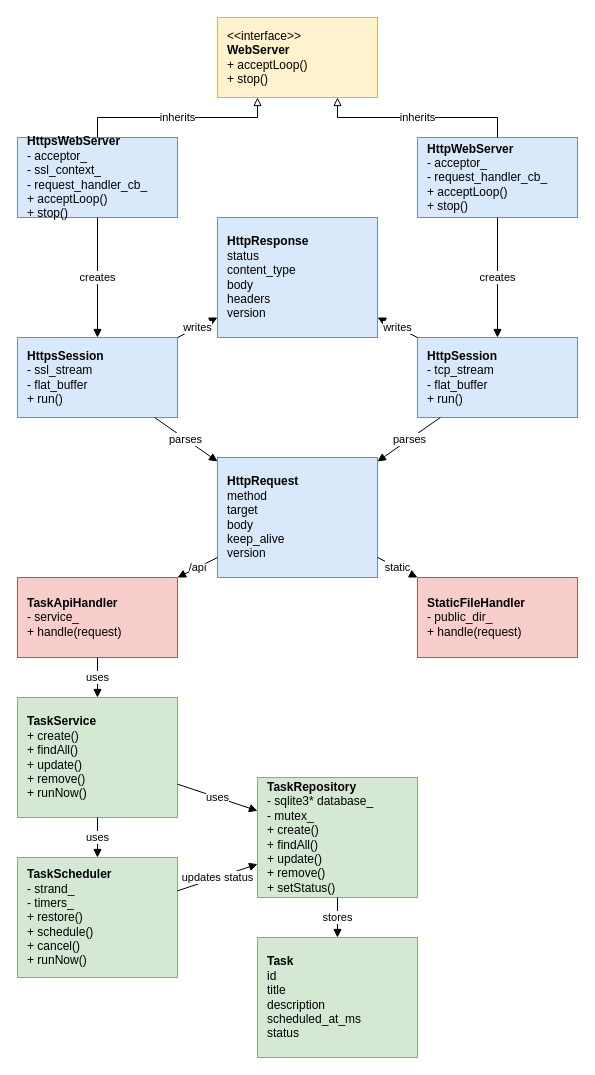
Above: page "диаграмма классов" (3 of 4) of doc/async_task_web_server_class_diagram.drawio in alexey-samborskii/otus-cpp (draw.io), before the change. Source tidied: cells renumbered, new cells numbered last; positions are measured from the earlier drawing's top-left corner, leaving out a move shared by most shapes. Both pictures are drawn from the tidied source at 100%, with x=0, y=0 at pixel (17, 17).
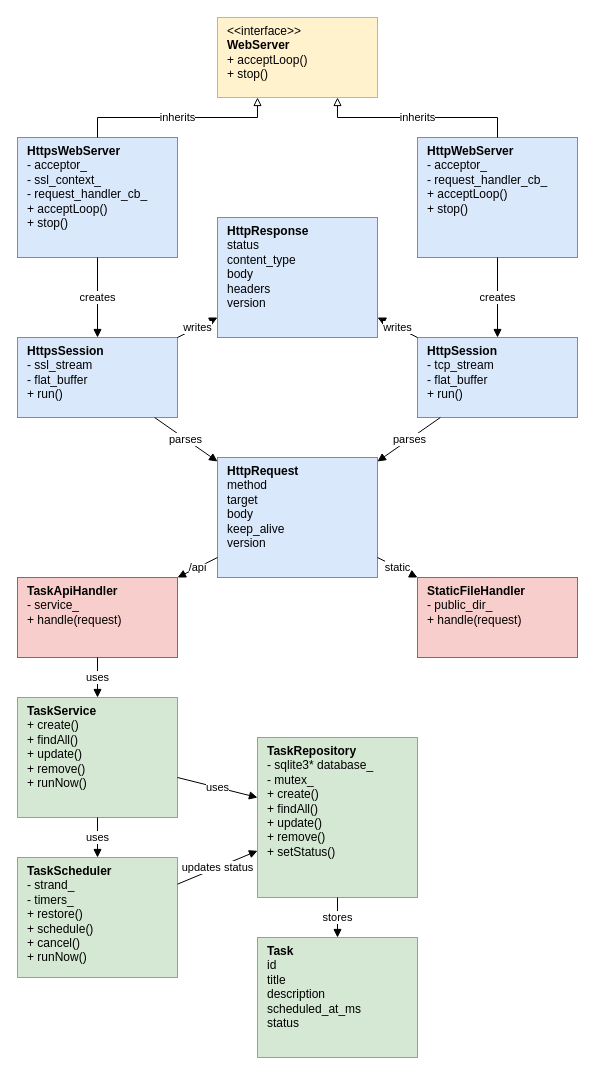
The same diagram, later.

The edit, as a diff of the source:
```diff
@@
-    <mxCell id="2" value="&amp;lt;&amp;lt;interface&amp;gt;&amp;gt;&lt;br&gt;&lt;b&gt;WebServer&lt;/b&gt;&lt;br&gt;+ acceptLoop()&lt;br&gt;+ stop()" style="rounded=0;whiteSpace=wrap;html=1;fillColor=#fff2cc;strokeColor=#d6b656;fontSize=12;align=left;spacingLeft=8;" parent="1" vertex="1">
+    <mxCell id="2" value="&amp;lt;&amp;lt;interface&amp;gt;&amp;gt;&lt;br&gt;&lt;b&gt;WebServer&lt;/b&gt;&lt;br&gt;+ acceptLoop()&lt;br&gt;+ stop()" style="rounded=0;whiteSpace=wrap;html=1;fillColor=#fff2cc;strokeColor=#d6b656;fontSize=12;align=left;spacingLeft=8;verticalAlign=top;" parent="1" vertex="1">
       <mxGeometry x="200" width="160" height="80" as="geometry" />
     </mxCell>
-    <mxCell id="3" value="&lt;b&gt;HttpWebServer&lt;/b&gt;&lt;br&gt;- acceptor_&lt;br&gt;- request_handler_cb_&lt;br&gt;+ acceptLoop()&lt;br&gt;+ stop()" style="rounded=0;whiteSpace=wrap;html=1;fillColor=#dae8fc;strokeColor=#6c8ebf;fontSize=12;align=left;spacingLeft=8;" parent="1" vertex="1">
-      <mxGeometry x="400" y="120" width="160" height="80" as="geometry" />
+    <mxCell id="3" value="&lt;b&gt;HttpWebServer&lt;/b&gt;&lt;br&gt;- acceptor_&lt;br&gt;- request_handler_cb_&lt;br&gt;+ acceptLoop()&lt;br&gt;+ stop()" style="rounded=0;whiteSpace=wrap;html=1;fillColor=#dae8fc;strokeColor=#6c8ebf;fontSize=12;align=left;spacingLeft=8;verticalAlign=top;" parent="1" vertex="1">
+      <mxGeometry x="400" y="120" width="160" height="120" as="geometry" />
     </mxCell>
-    <mxCell id="4" value="&lt;b&gt;HttpsWebServer&lt;/b&gt;&lt;br&gt;- acceptor_&lt;br&gt;- ssl_context_&lt;br&gt;- request_handler_cb_&lt;br&gt;+ acceptLoop()&lt;br&gt;+ stop()" style="rounded=0;whiteSpace=wrap;html=1;fillColor=#dae8fc;strokeColor=#6c8ebf;fontSize=12;align=left;spacingLeft=8;" parent="1" vertex="1">
-      <mxGeometry y="120" width="160" height="80" as="geometry" />
+    <mxCell id="4" value="&lt;b&gt;HttpsWebServer&lt;/b&gt;&lt;br&gt;- acceptor_&lt;br&gt;- ssl_context_&lt;br&gt;- request_handler_cb_&lt;br&gt;+ acceptLoop()&lt;br&gt;+ stop()" style="rounded=0;whiteSpace=wrap;html=1;fillColor=#dae8fc;strokeColor=#6c8ebf;fontSize=12;align=left;spacingLeft=8;verticalAlign=top;" parent="1" vertex="1">
+      <mxGeometry y="120" width="160" height="120" as="geometry" />
     </mxCell>
-    <mxCell id="5" value="&lt;b&gt;HttpSession&lt;/b&gt;&lt;br&gt;- tcp_stream&lt;br&gt;- flat_buffer&lt;br&gt;+ run()" style="rounded=0;whiteSpace=wrap;html=1;fillColor=#dae8fc;strokeColor=#6c8ebf;fontSize=12;align=left;spacingLeft=8;" parent="1" vertex="1">
+    <mxCell id="5" value="&lt;b&gt;HttpSession&lt;/b&gt;&lt;br&gt;- tcp_stream&lt;br&gt;- flat_buffer&lt;br&gt;+ run()" style="rounded=0;whiteSpace=wrap;html=1;fillColor=#dae8fc;strokeColor=#6c8ebf;fontSize=12;align=left;spacingLeft=8;verticalAlign=top;" parent="1" vertex="1">
       <mxGeometry x="400" y="320" width="160" height="80" as="geometry" />
     </mxCell>
-    <mxCell id="6" value="&lt;b&gt;HttpsSession&lt;/b&gt;&lt;br&gt;- ssl_stream&lt;br&gt;- flat_buffer&lt;br&gt;+ run()" style="rounded=0;whiteSpace=wrap;html=1;fillColor=#dae8fc;strokeColor=#6c8ebf;fontSize=12;align=left;spacingLeft=8;" parent="1" vertex="1">
+    <mxCell id="6" value="&lt;b&gt;HttpsSession&lt;/b&gt;&lt;br&gt;- ssl_stream&lt;br&gt;- flat_buffer&lt;br&gt;+ run()" style="rounded=0;whiteSpace=wrap;html=1;fillColor=#dae8fc;strokeColor=#6c8ebf;fontSize=12;align=left;spacingLeft=8;verticalAlign=top;" parent="1" vertex="1">
       <mxGeometry y="320" width="160" height="80" as="geometry" />
     </mxCell>
-    <mxCell id="7" value="&lt;b&gt;HttpRequest&lt;/b&gt;&lt;br&gt;method&lt;br&gt;target&lt;br&gt;body&lt;br&gt;keep_alive&lt;br&gt;version" style="rounded=0;whiteSpace=wrap;html=1;fillColor=#dae8fc;strokeColor=#6c8ebf;fontSize=12;align=left;spacingLeft=8;" parent="1" vertex="1">
+    <mxCell id="7" value="&lt;b&gt;HttpRequest&lt;/b&gt;&lt;br&gt;method&lt;br&gt;target&lt;br&gt;body&lt;br&gt;keep_alive&lt;br&gt;version" style="rounded=0;whiteSpace=wrap;html=1;fillColor=#dae8fc;strokeColor=#6c8ebf;fontSize=12;align=left;spacingLeft=8;verticalAlign=top;" parent="1" vertex="1">
       <mxGeometry x="200" y="440" width="160" height="120" as="geometry" />
     </mxCell>
-    <mxCell id="8" value="&lt;b&gt;HttpResponse&lt;/b&gt;&lt;br&gt;status&lt;br&gt;content_type&lt;br&gt;body&lt;br&gt;headers&lt;br&gt;version" style="rounded=0;whiteSpace=wrap;html=1;fillColor=#dae8fc;strokeColor=#6c8ebf;fontSize=12;align=left;spacingLeft=8;" parent="1" vertex="1">
+    <mxCell id="8" value="&lt;b&gt;HttpResponse&lt;/b&gt;&lt;br&gt;status&lt;br&gt;content_type&lt;br&gt;body&lt;br&gt;headers&lt;br&gt;version" style="rounded=0;whiteSpace=wrap;html=1;fillColor=#dae8fc;strokeColor=#6c8ebf;fontSize=12;align=left;spacingLeft=8;verticalAlign=top;" parent="1" vertex="1">
       <mxGeometry x="200" y="200" width="160" height="120" as="geometry" />
     </mxCell>
-    <mxCell id="9" value="&lt;b&gt;StaticFileHandler&lt;/b&gt;&lt;br&gt;- public_dir_&lt;br&gt;+ handle(request)" style="rounded=0;whiteSpace=wrap;html=1;fillColor=#f8cecc;strokeColor=#b85450;fontSize=12;align=left;spacingLeft=8;" parent="1" vertex="1">
+    <mxCell id="9" value="&lt;b&gt;StaticFileHandler&lt;/b&gt;&lt;br&gt;- public_dir_&lt;br&gt;+ handle(request)" style="rounded=0;whiteSpace=wrap;html=1;fillColor=#f8cecc;strokeColor=#b85450;fontSize=12;align=left;spacingLeft=8;verticalAlign=top;" parent="1" vertex="1">
       <mxGeometry x="400" y="560" width="160" height="80" as="geometry" />
     </mxCell>
-    <mxCell id="10" value="&lt;b&gt;TaskApiHandler&lt;/b&gt;&lt;br&gt;- service_&lt;br&gt;+ handle(request)" style="rounded=0;whiteSpace=wrap;html=1;fillColor=#f8cecc;strokeColor=#b85450;fontSize=12;align=left;spacingLeft=8;" parent="1" vertex="1">
+    <mxCell id="10" value="&lt;b&gt;TaskApiHandler&lt;/b&gt;&lt;br&gt;- service_&lt;br&gt;+ handle(request)" style="rounded=0;whiteSpace=wrap;html=1;fillColor=#f8cecc;strokeColor=#b85450;fontSize=12;align=left;spacingLeft=8;verticalAlign=top;" parent="1" vertex="1">
       <mxGeometry y="560" width="160" height="80" as="geometry" />
     </mxCell>
-    <mxCell id="11" value="&lt;b&gt;TaskService&lt;/b&gt;&lt;br&gt;+ create()&lt;br&gt;+ findAll()&lt;br&gt;+ update()&lt;br&gt;+ remove()&lt;br&gt;+ runNow()" style="rounded=0;whiteSpace=wrap;html=1;fillColor=#d5e8d4;strokeColor=#82b366;fontSize=12;align=left;spacingLeft=8;" parent="1" vertex="1">
+    <mxCell id="11" value="&lt;b&gt;TaskService&lt;/b&gt;&lt;br&gt;+ create()&lt;br&gt;+ findAll()&lt;br&gt;+ update()&lt;br&gt;+ remove()&lt;br&gt;+ runNow()" style="rounded=0;whiteSpace=wrap;html=1;fillColor=#d5e8d4;strokeColor=#82b366;fontSize=12;align=left;spacingLeft=8;verticalAlign=top;" parent="1" vertex="1">
       <mxGeometry y="680" width="160" height="120" as="geometry" />
     </mxCell>
-    <mxCell id="12" value="&lt;b&gt;TaskRepository&lt;/b&gt;&lt;br&gt;- sqlite3* database_&lt;br&gt;- mutex_&lt;br&gt;+ create()&lt;br&gt;+ findAll()&lt;br&gt;+ update()&lt;br&gt;+ remove()&lt;br&gt;+ setStatus()" style="rounded=0;whiteSpace=wrap;html=1;fillColor=#d5e8d4;strokeColor=#82b366;fontSize=12;align=left;spacingLeft=8;" parent="1" vertex="1">
-      <mxGeometry x="240" y="760" width="160" height="120" as="geometry" />
+    <mxCell id="12" value="&lt;b&gt;TaskRepository&lt;/b&gt;&lt;br&gt;- sqlite3* database_&lt;br&gt;- mutex_&lt;br&gt;+ create()&lt;br&gt;+ findAll()&lt;br&gt;+ update()&lt;br&gt;+ remove()&lt;br&gt;+ setStatus()" style="rounded=0;whiteSpace=wrap;html=1;fillColor=#d5e8d4;strokeColor=#82b366;fontSize=12;align=left;spacingLeft=8;verticalAlign=top;" parent="1" vertex="1">
+      <mxGeometry x="240" y="720" width="160" height="160" as="geometry" />
     </mxCell>
-    <mxCell id="13" value="&lt;b&gt;TaskScheduler&lt;/b&gt;&lt;br&gt;- strand_&lt;br&gt;- timers_&lt;br&gt;+ restore()&lt;br&gt;+ schedule()&lt;br&gt;+ cancel()&lt;br&gt;+ runNow()" style="rounded=0;whiteSpace=wrap;html=1;fillColor=#d5e8d4;strokeColor=#82b366;fontSize=12;align=left;spacingLeft=8;" parent="1" vertex="1">
+    <mxCell id="13" value="&lt;b&gt;TaskScheduler&lt;/b&gt;&lt;br&gt;- strand_&lt;br&gt;- timers_&lt;br&gt;+ restore()&lt;br&gt;+ schedule()&lt;br&gt;+ cancel()&lt;br&gt;+ runNow()" style="rounded=0;whiteSpace=wrap;html=1;fillColor=#d5e8d4;strokeColor=#82b366;fontSize=12;align=left;spacingLeft=8;verticalAlign=top;" parent="1" vertex="1">
       <mxGeometry y="840" width="160" height="120" as="geometry" />
     </mxCell>
-    <mxCell id="14" value="&lt;b&gt;Task&lt;/b&gt;&lt;br&gt;id&lt;br&gt;title&lt;br&gt;description&lt;br&gt;scheduled_at_ms&lt;br&gt;status" style="rounded=0;whiteSpace=wrap;html=1;fillColor=#d5e8d4;strokeColor=#82b366;fontSize=12;align=left;spacingLeft=8;" parent="1" vertex="1">
+    <mxCell id="14" value="&lt;b&gt;Task&lt;/b&gt;&lt;br&gt;id&lt;br&gt;title&lt;br&gt;description&lt;br&gt;scheduled_at_ms&lt;br&gt;status" style="rounded=0;whiteSpace=wrap;html=1;fillColor=#d5e8d4;strokeColor=#82b366;fontSize=12;align=left;spacingLeft=8;verticalAlign=top;" parent="1" vertex="1">
       <mxGeometry x="240" y="920" width="160" height="120" as="geometry" />
     </mxCell>
```
